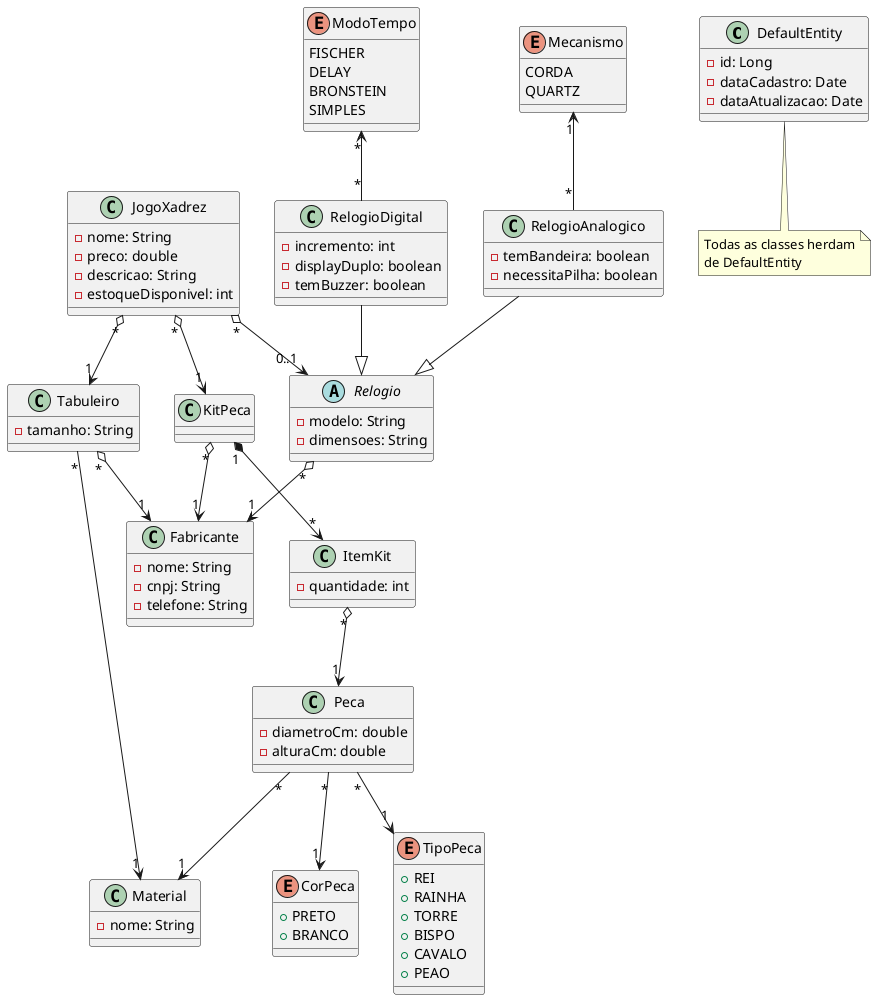
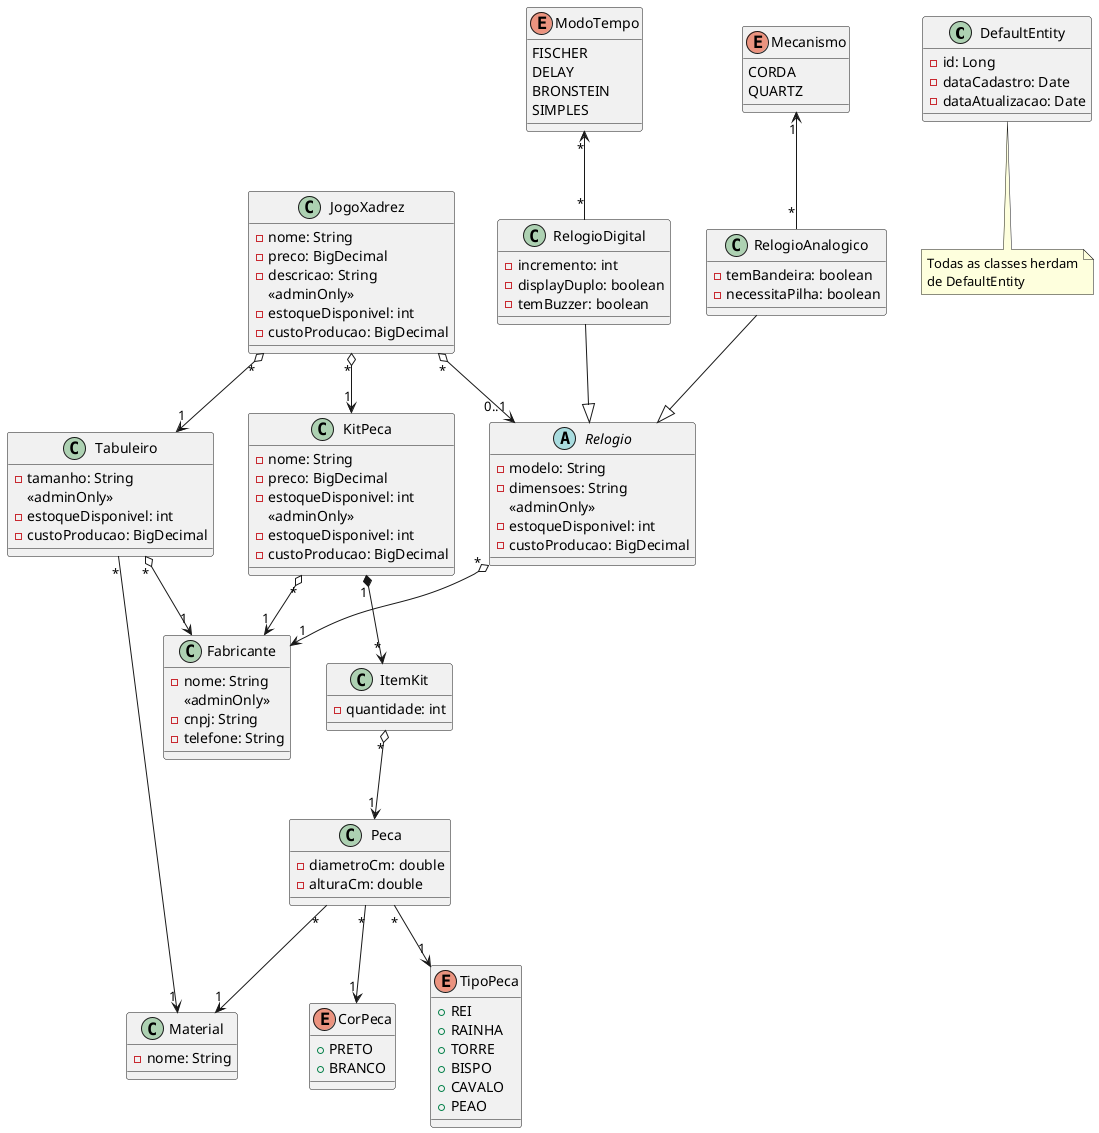
@startuml DiagramaDeClasses

class DefaultEntity{
    -id: Long
    -dataCadastro: Date
    -dataAtualizacao: Date
}
note bottom of DefaultEntity
  Todas as classes herdam
  de DefaultEntity
end note



enum CorPeca {
    +PRETO
    +BRANCO
}

class Material {
    -nome: String
}

class Peca {
    -diametroCm: double
    -alturaCm: double
}

enum TipoPeca {
    +REI
    +RAINHA
    +TORRE
    +BISPO
    +CAVALO
    +PEAO
}

class Tabuleiro {
    -tamanho: String
+     <<adminOnly>>
+     -estoqueDisponivel: int
+     -custoProducao: BigDecimal
}

abstract class Relogio {
    -modelo: String
    -dimensoes: String
+     <<adminOnly>>
+     -estoqueDisponivel: int
+     -custoProducao: BigDecimal
}

class RelogioDigital {
    -incremento: int
    -displayDuplo: boolean
    -temBuzzer: boolean
}
enum ModoTempo{
    FISCHER
    DELAY
    BRONSTEIN
    SIMPLES
}

class RelogioAnalogico {
    -temBandeira: boolean
    -necessitaPilha: boolean
}
enum Mecanismo{
    CORDA
    QUARTZ
}

class JogoXadrez{
    -nome: String
-     -preco: double
+     -preco: BigDecimal
    -descricao: String
+     <<adminOnly>>
    -estoqueDisponivel: int
+     -custoProducao: BigDecimal
}

class KitPeca {
+     -nome: String
+     -preco: BigDecimal
+     -estoqueDisponivel: int
+     <<adminOnly>>
+     -estoqueDisponivel: int
+     -custoProducao: BigDecimal
}

class Fabricante {
    -nome: String
+     <<adminOnly>>
    -cnpj: String
    -telefone: String
}

class ItemKit {
    -quantidade: int
}

'---------------- HERANCA ----------------
RelogioDigital --|> Relogio
RelogioAnalogico --|> Relogio




'---------------- COMPOSICAO ----------------

KitPeca "1" *--> "*" ItemKit


'---------------- AGREGACAO ----------------
ItemKit "*" o--> "1" Peca
JogoXadrez"*" o--> "1" Tabuleiro
JogoXadrez "*" o--> "1" KitPeca
JogoXadrez "*" o--> "0..1" Relogio

'---------------- ASSOCIACAO ----------------
Relogio "*" o--> "1" Fabricante
Tabuleiro "*" --> "1" Material
Peca "*" --> "1" Material
Peca "*" --> "1" TipoPeca
Peca "*" --> "1" CorPeca
RelogioDigital "*" --up> "*" ModoTempo
RelogioAnalogico "*" --up> "1" Mecanismo
KitPeca "*" o--> "1" Fabricante
Tabuleiro "*" o--> "1" Fabricante

@enduml
